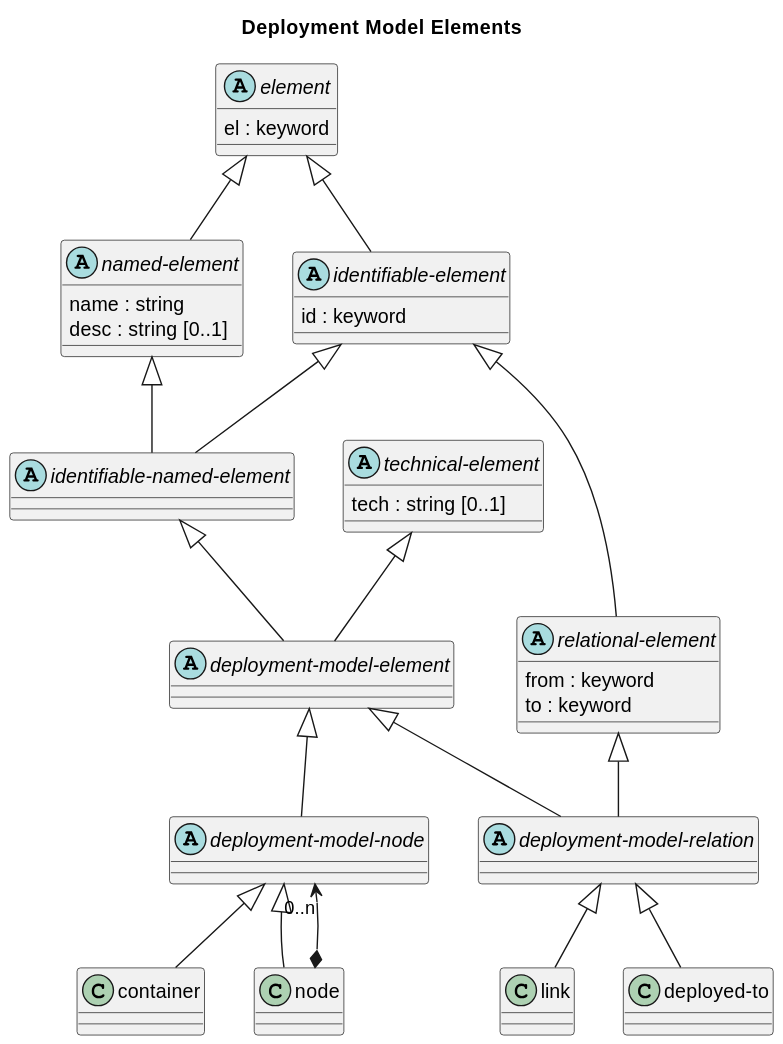
The PlantUML diagram doc/images/overarch/data-model/deployment-model-elements.svg in soulspace-org/overarch, before a commit.
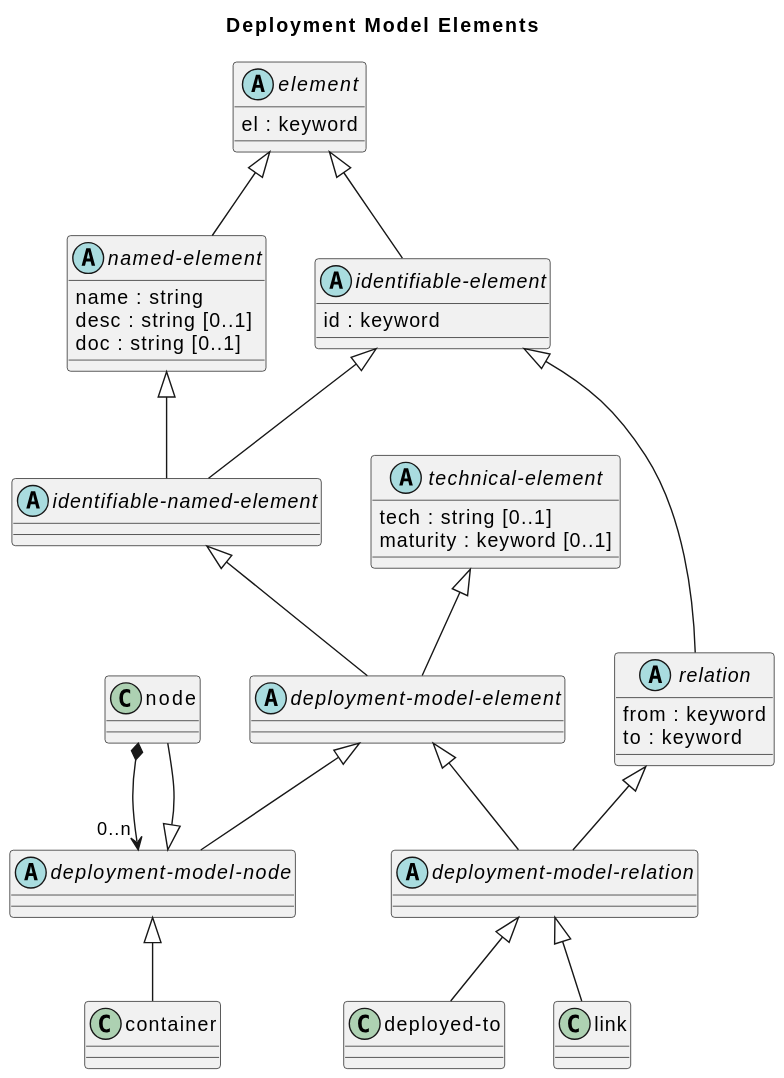
Later version of the same file.

Commit message:
updated data model and diagrams

Diff of the diagram source:
```diff
@@ -1,40 +1,43 @@
 @startuml
 title Deployment Model Elements
+
+class "node" as overarch_dataModel_node {}
+abstract class "identifiable-named-element" as overarch_dataModel_identifiableNamedElement {}
 abstract class "element" as overarch_dataModel_element {
   el : keyword
+}
+abstract class "deployment-model-node" as overarch_dataModel_deploymentModelNode {}
+class "deployed-to" as overarch_dataModel_deployedTo {}
+abstract class "relation" as overarch_dataModel_relation {
+  from : keyword
+  to : keyword
+}
+abstract class "deployment-model-relation" as overarch_dataModel_deploymentModelRelation {}
+abstract class "named-element" as overarch_dataModel_namedElement {
+  name : string
+  desc : string [0..1]
+  doc : string [0..1]
 }
 abstract class "identifiable-element" as overarch_dataModel_identifiableElement {
   id : keyword
 }
-abstract class "named-element" as overarch_dataModel_namedElement {
-  name : string
-  desc : string [0..1]
-}
-abstract class "identifiable-named-element" as overarch_dataModel_identifiableNamedElement {}
-abstract class "relational-element" as overarch_dataModel_relationalElement {
-  from : keyword
-  to : keyword
-}
+abstract class "deployment-model-element" as overarch_dataModel_deploymentModelElement {}
 abstract class "technical-element" as overarch_dataModel_technicalElement {
   tech : string [0..1]
+  maturity : keyword [0..1]
 }
-abstract class "deployment-model-element" as overarch_dataModel_deploymentModelElement {}
-abstract class "deployment-model-node" as overarch_dataModel_deploymentModelNode {}
-abstract class "deployment-model-relation" as overarch_dataModel_deploymentModelRelation {}
 class "container" as overarch_dataModel_container {}
-class "node" as overarch_dataModel_node {}
 class "link" as overarch_dataModel_link {}
-class "deployed-to" as overarch_dataModel_deployedTo {}
 overarch_dataModel_element <|-- overarch_dataModel_identifiableElement
 overarch_dataModel_element <|-- overarch_dataModel_namedElement
 overarch_dataModel_identifiableElement <|-- overarch_dataModel_identifiableNamedElement
 overarch_dataModel_namedElement <|-- overarch_dataModel_identifiableNamedElement
-overarch_dataModel_identifiableElement <|-- overarch_dataModel_relationalElement
+overarch_dataModel_identifiableElement <|-- overarch_dataModel_relation
 overarch_dataModel_identifiableNamedElement <|-- overarch_dataModel_deploymentModelElement
 overarch_dataModel_technicalElement <|-- overarch_dataModel_deploymentModelElement
 overarch_dataModel_deploymentModelElement <|-- overarch_dataModel_deploymentModelNode
 overarch_dataModel_deploymentModelElement <|-- overarch_dataModel_deploymentModelRelation
-overarch_dataModel_relationalElement <|-- overarch_dataModel_deploymentModelRelation
+overarch_dataModel_relation <|-- overarch_dataModel_deploymentModelRelation
 overarch_dataModel_deploymentModelNode <|-- overarch_dataModel_node
 overarch_dataModel_node *-->  "0..n" overarch_dataModel_deploymentModelNode
 overarch_dataModel_deploymentModelNode <|-- overarch_dataModel_container
```
